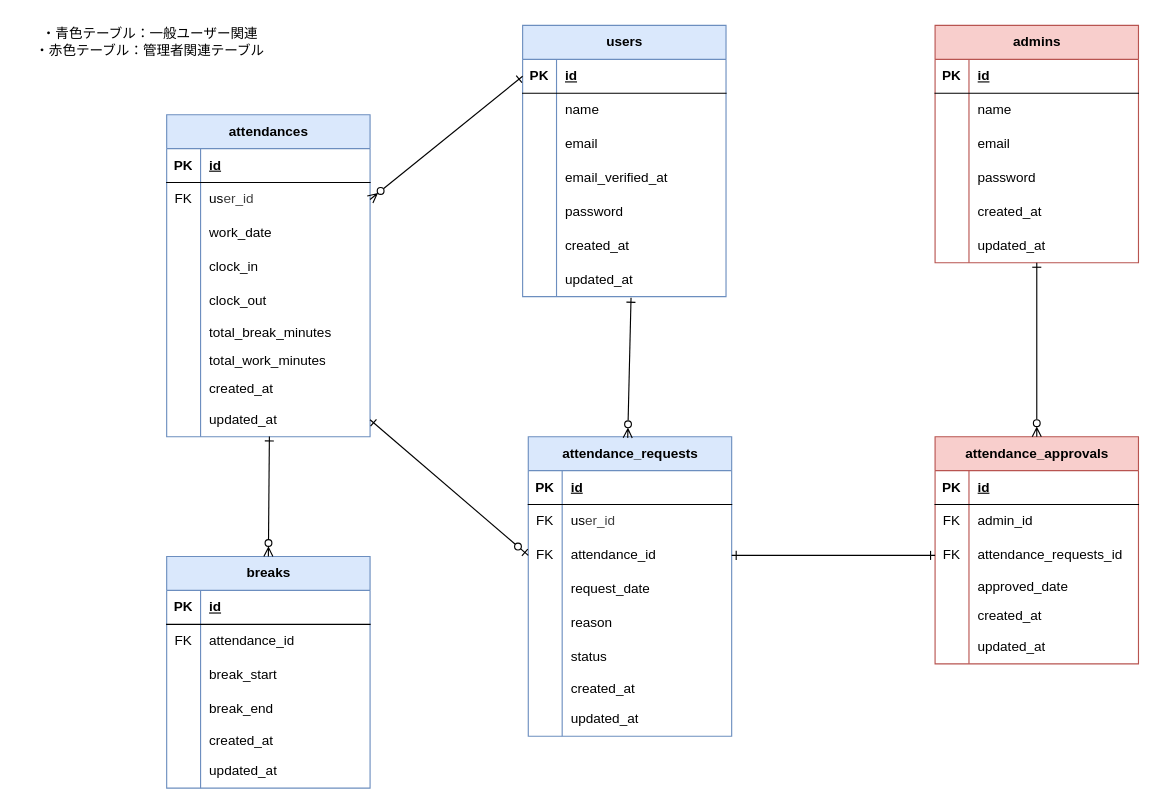
Earlier version of the draw.io diagram attendance-management-app.dio (ai2525desu/attendance-management-app). Source tidied: cells renumbered, new cells numbered last; positions are measured from the earlier drawing's top-left corner, leaving out a move shared by most shapes. Both pictures are drawn from the tidied source at 113%, with x=0, y=0 at pixel (19, 19).
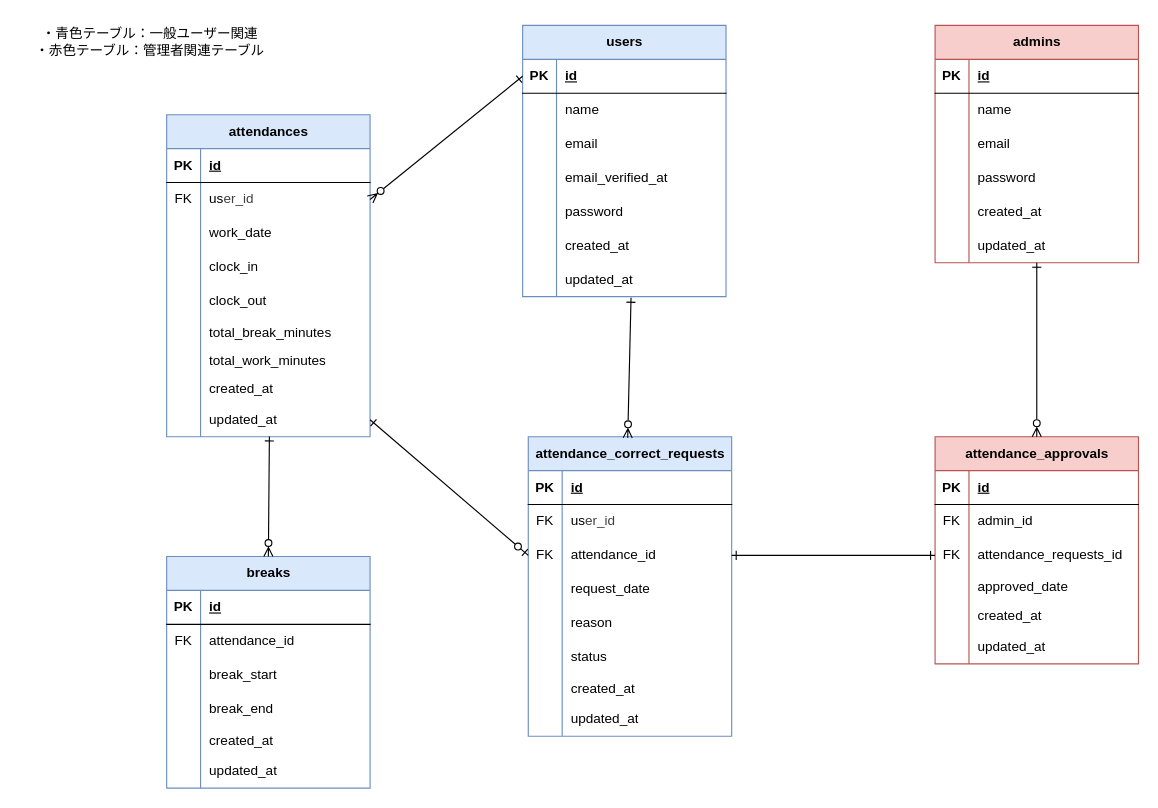
The same page after the edit.

Commit message (it also covers changes not shown here):
テーブル名修正に伴うER図の修正

What changed in the source:
```diff
@@
-    <mxCell id="90" value="attendance_requests" style="shape=table;startSize=30;childLayout=tableLayout;rowLines=0;fontStyle=1;align=center;html=1;fillColor=#dae8fc;strokeColor=#6c8ebf;" parent="1" vertex="1">
+    <mxCell id="90" value="attendance_correct_requests" style="shape=table;startSize=30;childLayout=tableLayout;rowLines=0;fontStyle=1;align=center;html=1;fillColor=#dae8fc;strokeColor=#6c8ebf;" parent="1" vertex="1">
       <mxGeometry x="450" y="369" width="180" height="265" as="geometry" />
     </mxCell>
```
